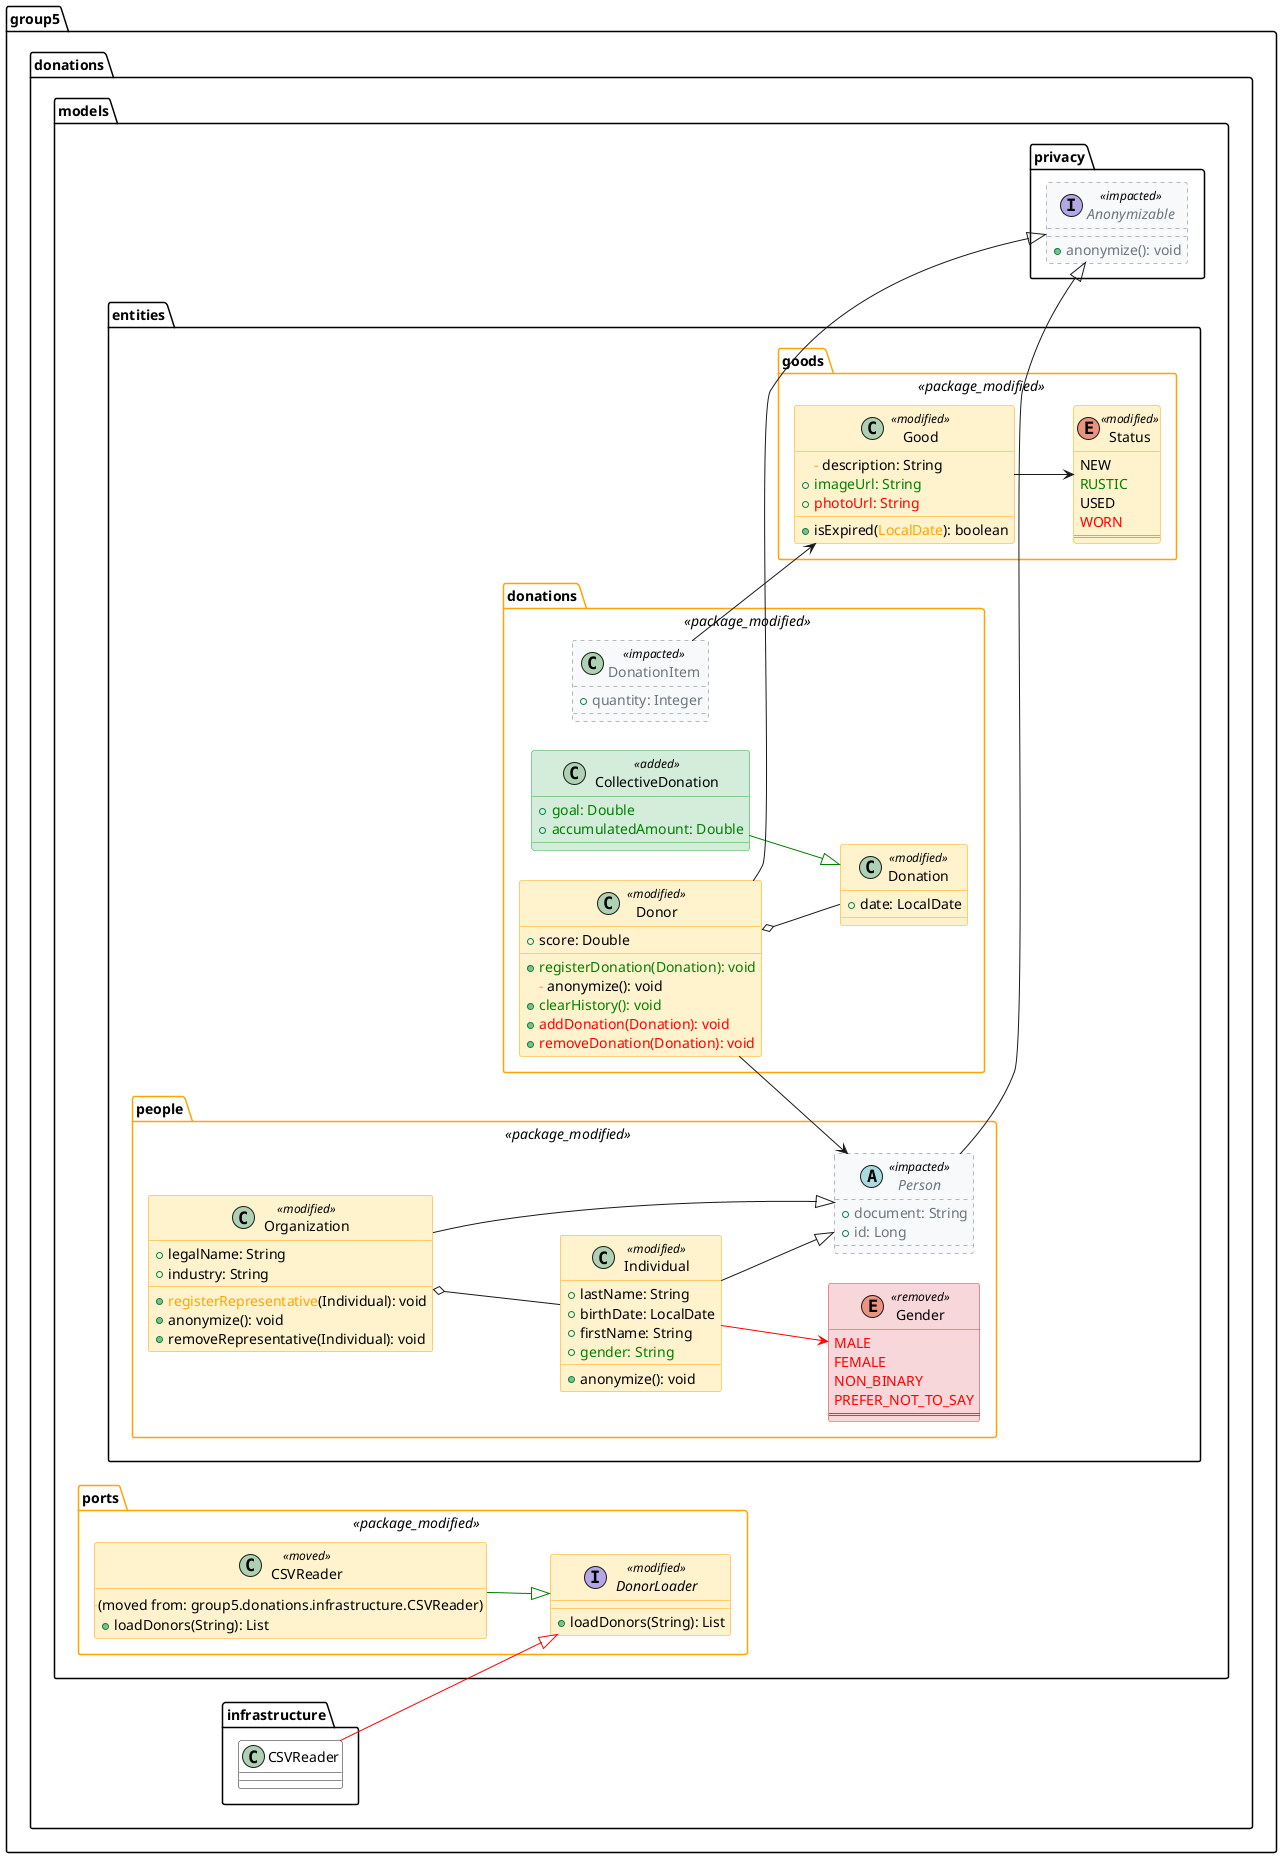
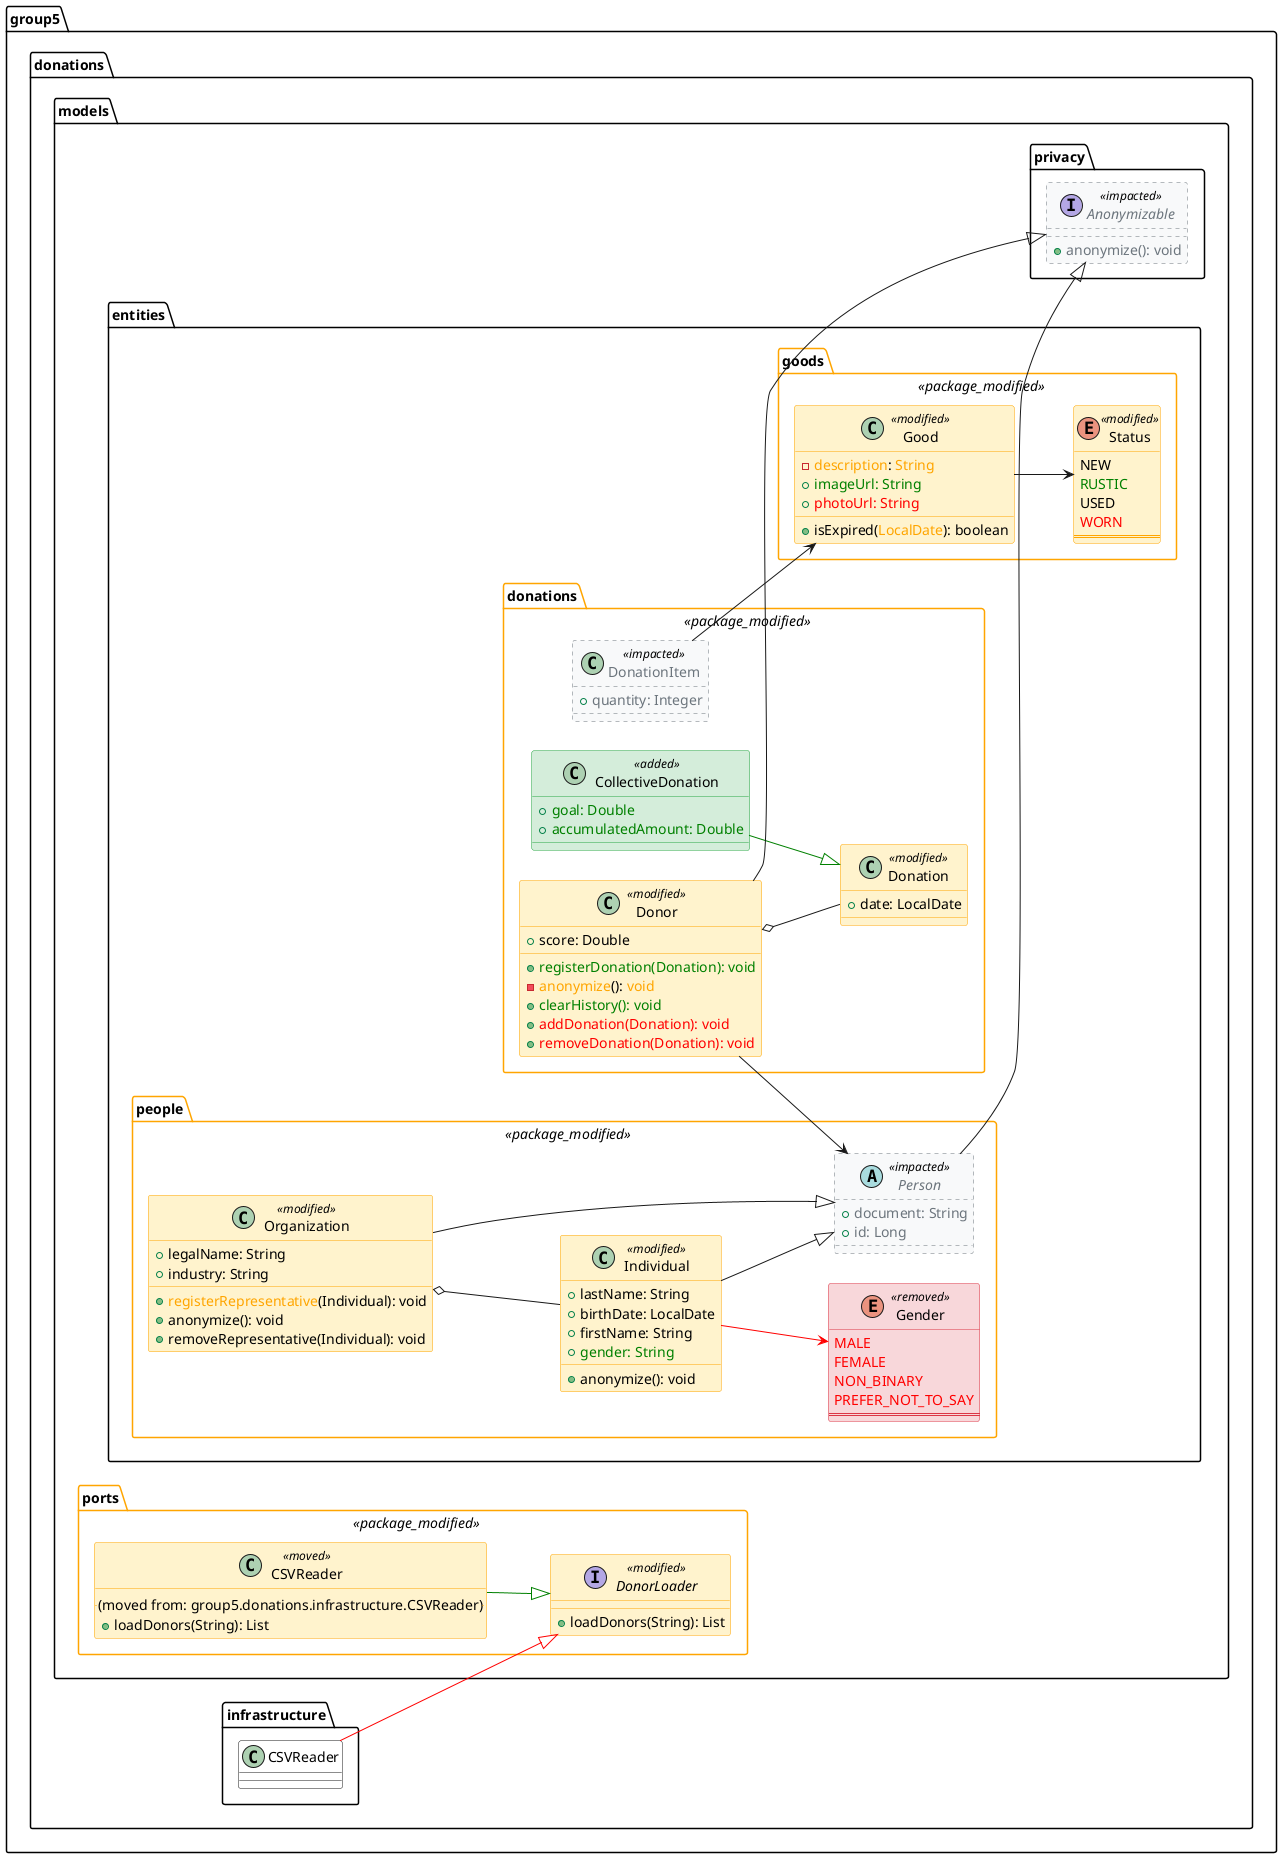
@startuml
left to right direction
skinparam linetype poly
skinparam nodesep 30
skinparam ranksep 30
+ skinparam packagePadding 8

<style>
  classDiagram {
    class {
      BackgroundColor transparent
      HeaderBackgroundColor transparent
      Shadowing 0
      FontName Arial
    }
    .added {
      BackgroundColor #D4EDDA
      LineColor #28A745
    }
    .removed {
      BackgroundColor #F8D7DA
      LineColor #DC3545
    }
    .modified {
      BackgroundColor #FFF3CD
      LineColor #FFA500
    }
    .moved {
      BackgroundColor #FFF3CD
      LineColor #FFA500
    }
    .impacted {
      BackgroundColor #F8F9FA
      LineColor #6C757D
      LineStyle 4
      FontColor #6C757D
    }
    .package_added {
      BackgroundColor #E8F5E9
      LineColor #28A745
    }
    .package_removed {
      BackgroundColor #FFEBEE
      LineColor #DC3545
    }
    .package_modified {
      BackgroundColor transparent
      LineColor #FFA500
    }
  }
</style>

package "group5.donations.models.entities.donations" <<package_modified>> {
class "CollectiveDonation" as group5.donations.models.entities.donations.CollectiveDonation <<added>> {
  + <color:green>goal: Double</color>
  + <color:green>accumulatedAmount: Double</color>
}
class "Donation" as group5.donations.models.entities.donations.Donation <<modified>> {
  + date: LocalDate
}
class "DonationItem" as group5.donations.models.entities.donations.DonationItem <<impacted>> {
  + quantity: Integer
}
class "Donor" as group5.donations.models.entities.donations.Donor <<modified>> {
  + score: Double
  + <color:green>registerDonation(Donation): void</color>
-   <color:orange>-</color> anonymize(): void
+   - <color:orange>anonymize</color>(): <color:orange>void</color>
  + <color:green>clearHistory(): void</color>
  + <color:red>addDonation(Donation): void</color>
  + <color:red>removeDonation(Donation): void</color>
}
}

package "group5.donations.models.entities.goods" <<package_modified>> {
class "Good" as group5.donations.models.entities.goods.Good <<modified>> {
-   <color:orange>-</color> description: String
+   - <color:orange>description</color>: <color:orange>String</color>
  + <color:green>imageUrl: String</color>
  + <color:red>photoUrl: String</color>
  + isExpired(<color:orange>LocalDate</color>): boolean
}
enum "Status" as group5.donations.models.entities.goods.Status <<modified>> {
  NEW
  <color:green>RUSTIC</color>
  USED
  <color:red>WORN</color>
  ==
}
}

package "group5.donations.models.entities.people" <<package_modified>> {
enum "Gender" as group5.donations.models.entities.people.Gender <<removed>> {
  <color:red>MALE</color>
  <color:red>FEMALE</color>
  <color:red>NON_BINARY</color>
  <color:red>PREFER_NOT_TO_SAY</color>
  ==
}
class "Individual" as group5.donations.models.entities.people.Individual <<modified>> {
  + lastName: String
  + birthDate: LocalDate
  + firstName: String
  + <color:green>gender: String</color>
  + anonymize(): void
}
class "Organization" as group5.donations.models.entities.people.Organization <<modified>> {
  + legalName: String
  + industry: String
  + <color:orange>registerRepresentative</color>(Individual): void
  + anonymize(): void
  + removeRepresentative(Individual): void
}
abstract class "Person" as group5.donations.models.entities.people.Person <<impacted>> {
  + document: String
  + id: Long
}
}

package "group5.donations.models.ports" <<package_modified>> {
class "CSVReader" as group5.donations.models.ports.CSVReader <<moved>> {
  .. (moved from: group5.donations.infrastructure.CSVReader) ..
  + loadDonors(String): List
}
interface "DonorLoader" as group5.donations.models.ports.DonorLoader <<modified>> {
  + loadDonors(String): List
}
}

package "group5.donations.models.privacy" {
interface "Anonymizable" as group5.donations.models.privacy.Anonymizable <<impacted>> {
  + anonymize(): void
}
}

group5.donations.infrastructure.CSVReader -[#red]-|> group5.donations.models.ports.DonorLoader
group5.donations.models.entities.donations.CollectiveDonation -[#green]-|> group5.donations.models.entities.donations.Donation
group5.donations.models.entities.donations.DonationItem --> group5.donations.models.entities.goods.Good
group5.donations.models.entities.donations.Donor o-- group5.donations.models.entities.donations.Donation
group5.donations.models.entities.donations.Donor --> group5.donations.models.entities.people.Person
group5.donations.models.entities.donations.Donor --|> group5.donations.models.privacy.Anonymizable
group5.donations.models.entities.goods.Good --> group5.donations.models.entities.goods.Status
group5.donations.models.entities.people.Individual -[#red]-> group5.donations.models.entities.people.Gender
group5.donations.models.entities.people.Individual --|> group5.donations.models.entities.people.Person
group5.donations.models.entities.people.Organization o-- group5.donations.models.entities.people.Individual
group5.donations.models.entities.people.Organization --|> group5.donations.models.entities.people.Person
group5.donations.models.entities.people.Person --|> group5.donations.models.privacy.Anonymizable
group5.donations.models.ports.CSVReader -[#green]-|> group5.donations.models.ports.DonorLoader
@enduml